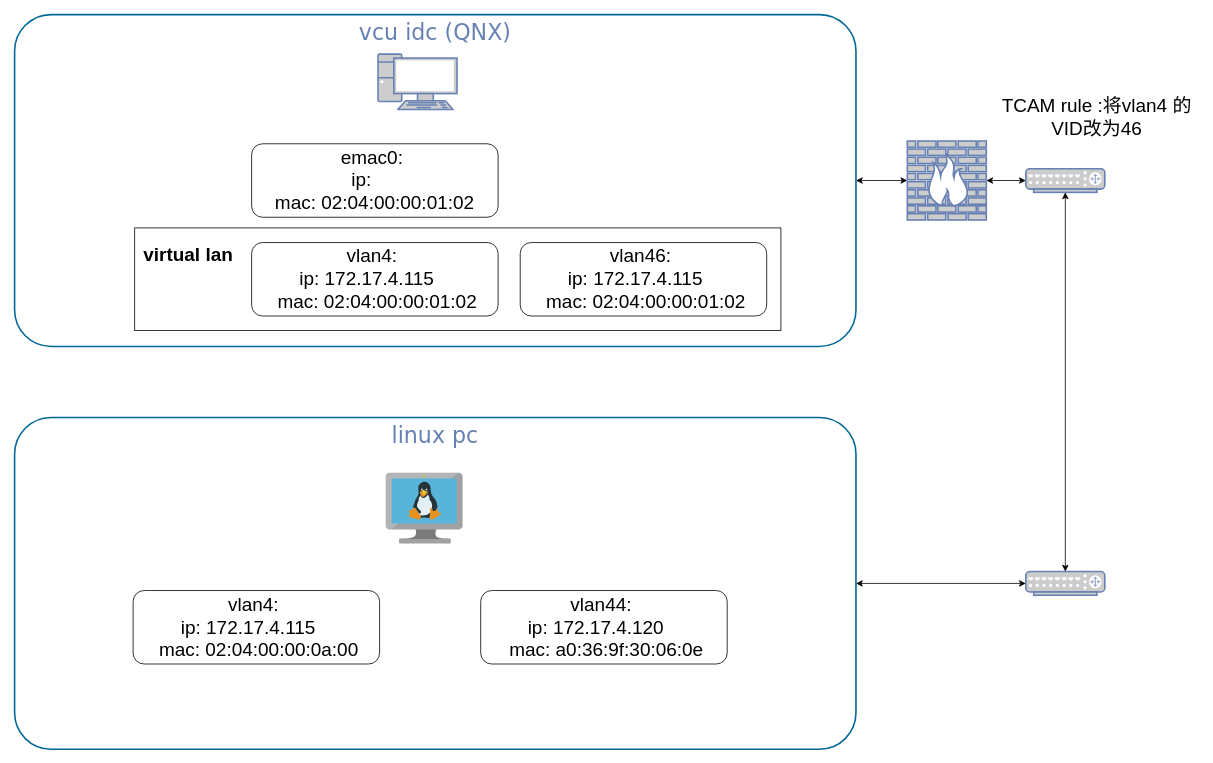
Earlier version of the draw.io diagram Untitled Diagram.drawio (jaimin-luo/TCON_SDK). Source tidied: cells renumbered, new cells numbered last; positions are measured from the earlier drawing's top-left corner, leaving out a move shared by most shapes. Both pictures are drawn from the tidied source at 79%, with x=0, y=0 at pixel (14, 14).
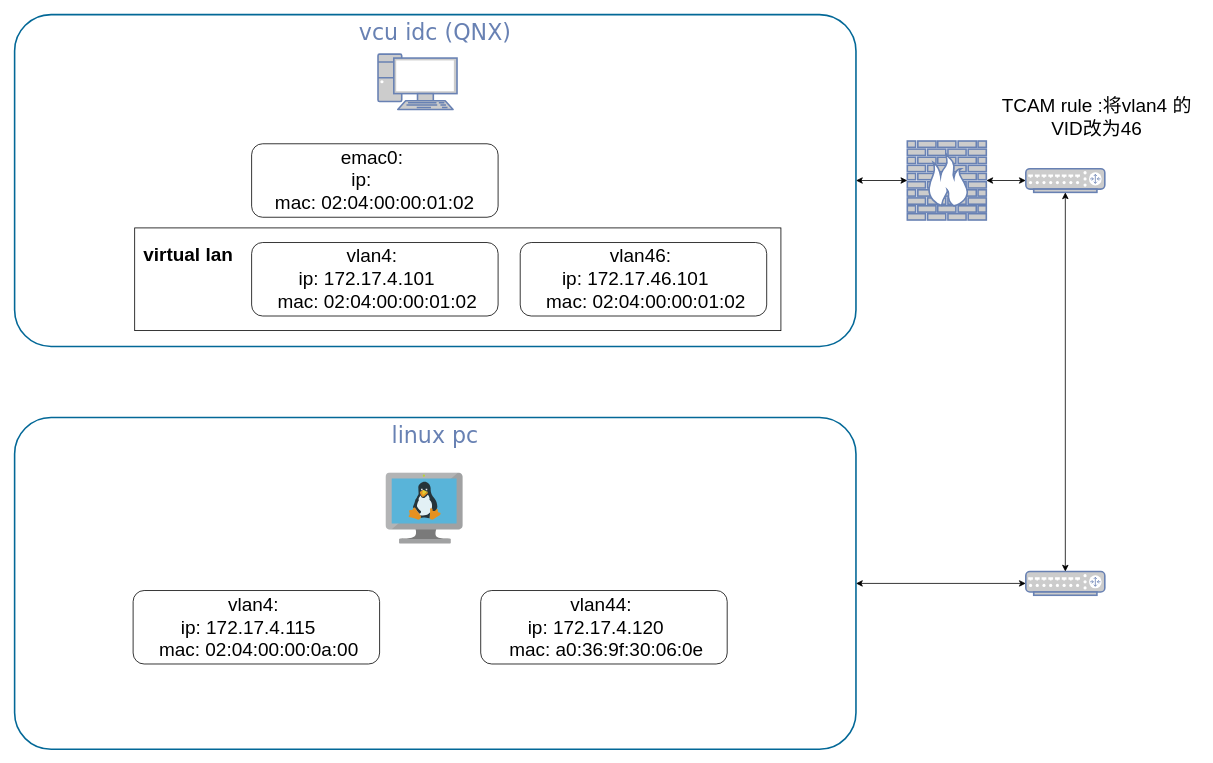
Above is the later version.

What changed in the source:
```diff
@@
-    <mxCell id="12" value="&lt;font style=&quot;font-size: 24px;&quot;&gt;vlan4:&amp;nbsp;&lt;br style=&quot;border-color: var(--border-color);&quot;&gt;ip: 172.17.4.115&amp;nbsp; &amp;nbsp; &amp;nbsp;mac:&amp;nbsp;02:04:00:00:01:02&lt;/font&gt;" style="rounded=1;whiteSpace=wrap;html=1;" parent="1" vertex="1">
+    <mxCell id="12" value="&lt;font style=&quot;font-size: 24px;&quot;&gt;vlan4:&amp;nbsp;&lt;br style=&quot;border-color: var(--border-color);&quot;&gt;ip: 172.17.4.101&amp;nbsp; &amp;nbsp; &amp;nbsp;mac:&amp;nbsp;02:04:00:00:01:02&lt;/font&gt;" style="rounded=1;whiteSpace=wrap;html=1;" parent="1" vertex="1">
       <mxGeometry x="300" y="288.5" width="312" height="93" as="geometry" />
     </mxCell>
-    <mxCell id="13" value="&lt;font style=&quot;font-size: 24px;&quot;&gt;vlan46:&amp;nbsp;&lt;br style=&quot;border-color: var(--border-color);&quot;&gt;ip: 172.17.4.115&amp;nbsp; &amp;nbsp; &amp;nbsp;mac:&amp;nbsp;02:04:00:00:01:02&lt;/font&gt;" style="rounded=1;whiteSpace=wrap;html=1;" parent="1" vertex="1">
+    <mxCell id="13" value="&lt;font style=&quot;font-size: 24px;&quot;&gt;vlan46:&amp;nbsp;&lt;br style=&quot;border-color: var(--border-color);&quot;&gt;ip: 172.17.46.101&amp;nbsp; &amp;nbsp; &amp;nbsp;mac:&amp;nbsp;02:04:00:00:01:02&lt;/font&gt;" style="rounded=1;whiteSpace=wrap;html=1;" parent="1" vertex="1">
       <mxGeometry x="640" y="288.5" width="312" height="93" as="geometry" />
     </mxCell>
```
